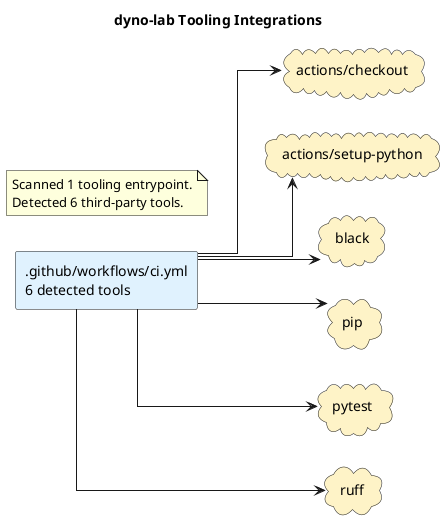
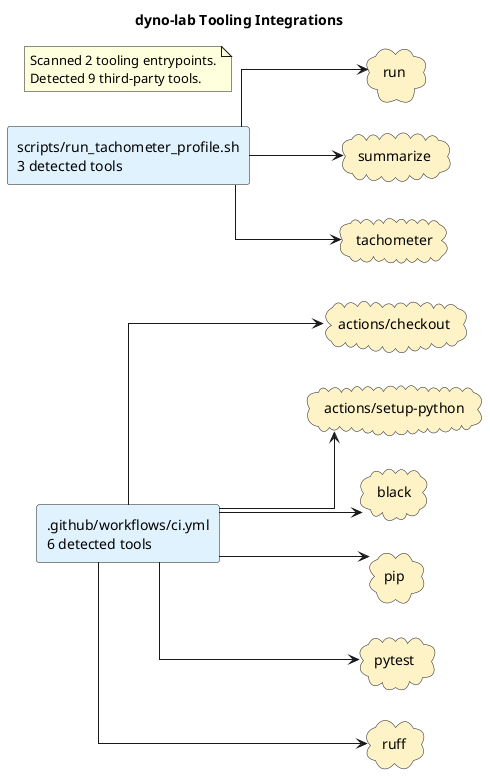
@startuml
title dyno-lab Tooling Integrations
left to right direction
skinparam shadowing false
skinparam defaultFontName Monospace
skinparam componentStyle rectangle
skinparam linetype ortho
rectangle ".github/workflows/ci.yml\n6 detected tools" as source_github_workflows_ci_yml #E0F2FE
+ rectangle "scripts/run_tachometer_profile.sh\n3 detected tools" as source_scripts_run_tachometer_profile_sh #E0F2FE
cloud "actions/checkout" as tool_actions_checkout #FEF3C7
cloud "actions/setup-python" as tool_actions_setup_python #FEF3C7
cloud "black" as tool_black #FEF3C7
cloud "pip" as tool_pip #FEF3C7
cloud "pytest" as tool_pytest #FEF3C7
cloud "ruff" as tool_ruff #FEF3C7
+ cloud "run" as tool_run #FEF3C7
+ cloud "summarize" as tool_summarize #FEF3C7
+ cloud "tachometer" as tool_tachometer #FEF3C7
source_github_workflows_ci_yml --> tool_actions_checkout
source_github_workflows_ci_yml --> tool_actions_setup_python
source_github_workflows_ci_yml --> tool_black
source_github_workflows_ci_yml --> tool_pip
source_github_workflows_ci_yml --> tool_pytest
source_github_workflows_ci_yml --> tool_ruff
+ source_scripts_run_tachometer_profile_sh --> tool_run
+ source_scripts_run_tachometer_profile_sh --> tool_summarize
+ source_scripts_run_tachometer_profile_sh --> tool_tachometer
note as toolingGraphSummary
- Scanned 1 tooling entrypoint.
- Detected 6 third-party tools.
+ Scanned 2 tooling entrypoints.
+ Detected 9 third-party tools.
end note
@enduml
